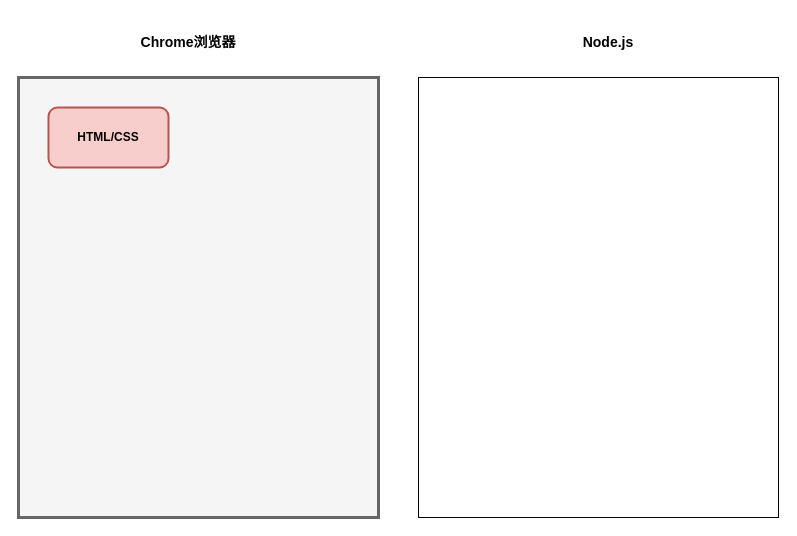
Before: Node.js和浏览器的区别.drawio in Yaozongbin0828/UMLetDraw, a draw.io diagram. Source tidied: cells renumbered, new cells numbered last; positions are measured from the earlier drawing's top-left corner, leaving out a move shared by most shapes. Both pictures are drawn from the tidied source at 100%, with x=0, y=0 at pixel (18, 17).
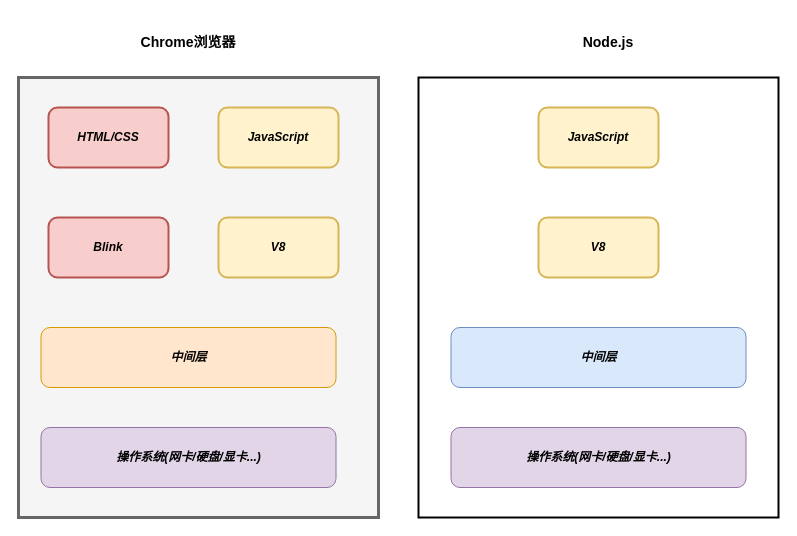
Above is the later version.

Commit message (it also covers changes not shown here):
更新Node.js和浏览器的区别.drawio

Change to the diagram source:
```diff
@@
 <mxGraphModel>
   <root>
     <mxCell id="0" />
     <mxCell id="1" parent="0" />
     <mxCell id="2" style="rounded=0;whiteSpace=wrap;html=1;fillColor=#f5f5f5;fontColor=#333333;strokeColor=#666666;strokeWidth=3;" parent="1" vertex="1">
       <mxGeometry y="60" width="360" height="440" as="geometry" />
     </mxCell>
-    <mxCell id="3" style="rounded=0;whiteSpace=wrap;html=1;" parent="1" vertex="1">
+    <mxCell id="3" style="rounded=0;whiteSpace=wrap;html=1;strokeWidth=2;" parent="1" vertex="1">
       <mxGeometry x="400" y="60" width="360" height="440" as="geometry" />
     </mxCell>
     <mxCell id="4" value="&lt;font style=&quot;font-size: 14px;&quot;&gt;&lt;b&gt;Chrome浏览器&lt;/b&gt;&lt;/font&gt;" style="text;html=1;align=center;verticalAlign=middle;whiteSpace=wrap;rounded=0;" parent="1" vertex="1">
       <mxGeometry x="110" width="120" height="50" as="geometry" />
     </mxCell>
     <mxCell id="5" value="&lt;font style=&quot;font-size: 14px;&quot;&gt;&lt;b&gt;Node.js&lt;/b&gt;&lt;/font&gt;" style="text;html=1;align=center;verticalAlign=middle;whiteSpace=wrap;rounded=0;" parent="1" vertex="1">
       <mxGeometry x="560" y="10" width="60" height="30" as="geometry" />
     </mxCell>
-    <mxCell id="6" value="&lt;b&gt;&lt;font style=&quot;font-size: 12px;&quot;&gt;HTML/CSS&lt;/font&gt;&lt;/b&gt;" style="rounded=1;whiteSpace=wrap;html=1;fillColor=#f8cecc;strokeColor=#b85450;strokeWidth=2;" parent="1" vertex="1">
+    <mxCell id="6" value="&lt;b&gt;&lt;font style=&quot;font-size: 12px;&quot;&gt;&lt;i&gt;HTML/CSS&lt;/i&gt;&lt;/font&gt;&lt;/b&gt;" style="rounded=1;whiteSpace=wrap;html=1;fillColor=#f8cecc;strokeColor=#b85450;strokeWidth=2;" parent="1" vertex="1">
       <mxGeometry x="30" y="90" width="120" height="60" as="geometry" />
     </mxCell>
+    <mxCell id="7" value="&lt;b&gt;&lt;i&gt;JavaScript&lt;/i&gt;&lt;/b&gt;" style="rounded=1;whiteSpace=wrap;html=1;fillColor=#fff2cc;strokeColor=#d6b656;strokeWidth=2;" parent="1" vertex="1">
+      <mxGeometry x="200" y="90" width="120" height="60" as="geometry" />
+    </mxCell>
+    <mxCell id="8" value="&lt;i&gt;&lt;b&gt;Blink&lt;/b&gt;&lt;/i&gt;" style="rounded=1;whiteSpace=wrap;html=1;fillColor=#f8cecc;strokeColor=#b85450;strokeWidth=2;" parent="1" vertex="1">
+      <mxGeometry x="30" y="200" width="120" height="60" as="geometry" />
+    </mxCell>
+    <mxCell id="9" value="&lt;b&gt;&lt;i&gt;V8&lt;/i&gt;&lt;/b&gt;" style="rounded=1;whiteSpace=wrap;html=1;fillColor=#fff2cc;strokeColor=#d6b656;strokeWidth=2;" parent="1" vertex="1">
+      <mxGeometry x="200" y="200" width="120" height="60" as="geometry" />
+    </mxCell>
+    <mxCell id="10" value="&lt;i&gt;&lt;b&gt;中间层&lt;/b&gt;&lt;/i&gt;" style="rounded=1;whiteSpace=wrap;html=1;fillColor=#ffe6cc;strokeColor=#d79b00;" parent="1" vertex="1">
+      <mxGeometry x="22.5" y="310" width="295" height="60" as="geometry" />
+    </mxCell>
+    <mxCell id="11" value="&lt;i&gt;&lt;b&gt;操作系统(网卡/硬盘/显卡...)&lt;/b&gt;&lt;/i&gt;" style="rounded=1;whiteSpace=wrap;html=1;fillColor=#e1d5e7;strokeColor=#9673a6;" parent="1" vertex="1">
+      <mxGeometry x="22.5" y="410" width="295" height="60" as="geometry" />
+    </mxCell>
+    <mxCell id="12" value="&lt;b&gt;&lt;i&gt;JavaScript&lt;/i&gt;&lt;/b&gt;" style="rounded=1;whiteSpace=wrap;html=1;fillColor=#fff2cc;strokeColor=#d6b656;strokeWidth=2;" parent="1" vertex="1">
+      <mxGeometry x="520" y="90" width="120" height="60" as="geometry" />
+    </mxCell>
+    <mxCell id="13" value="&lt;b&gt;&lt;i&gt;V8&lt;/i&gt;&lt;/b&gt;" style="rounded=1;whiteSpace=wrap;html=1;fillColor=#fff2cc;strokeColor=#d6b656;strokeWidth=2;" parent="1" vertex="1">
+      <mxGeometry x="520" y="200" width="120" height="60" as="geometry" />
+    </mxCell>
+    <mxCell id="14" value="&lt;i&gt;&lt;b&gt;中间层&lt;/b&gt;&lt;/i&gt;" style="rounded=1;whiteSpace=wrap;html=1;fillColor=#dae8fc;strokeColor=#6c8ebf;" parent="1" vertex="1">
+      <mxGeometry x="432.5" y="310" width="295" height="60" as="geometry" />
+    </mxCell>
+    <mxCell id="15" value="&lt;i&gt;&lt;b&gt;操作系统(网卡/硬盘/显卡...)&lt;/b&gt;&lt;/i&gt;" style="rounded=1;whiteSpace=wrap;html=1;fillColor=#e1d5e7;strokeColor=#9673a6;" parent="1" vertex="1">
+      <mxGeometry x="432.5" y="410" width="295" height="60" as="geometry" />
+    </mxCell>
   </root>
 </mxGraphModel>
```
